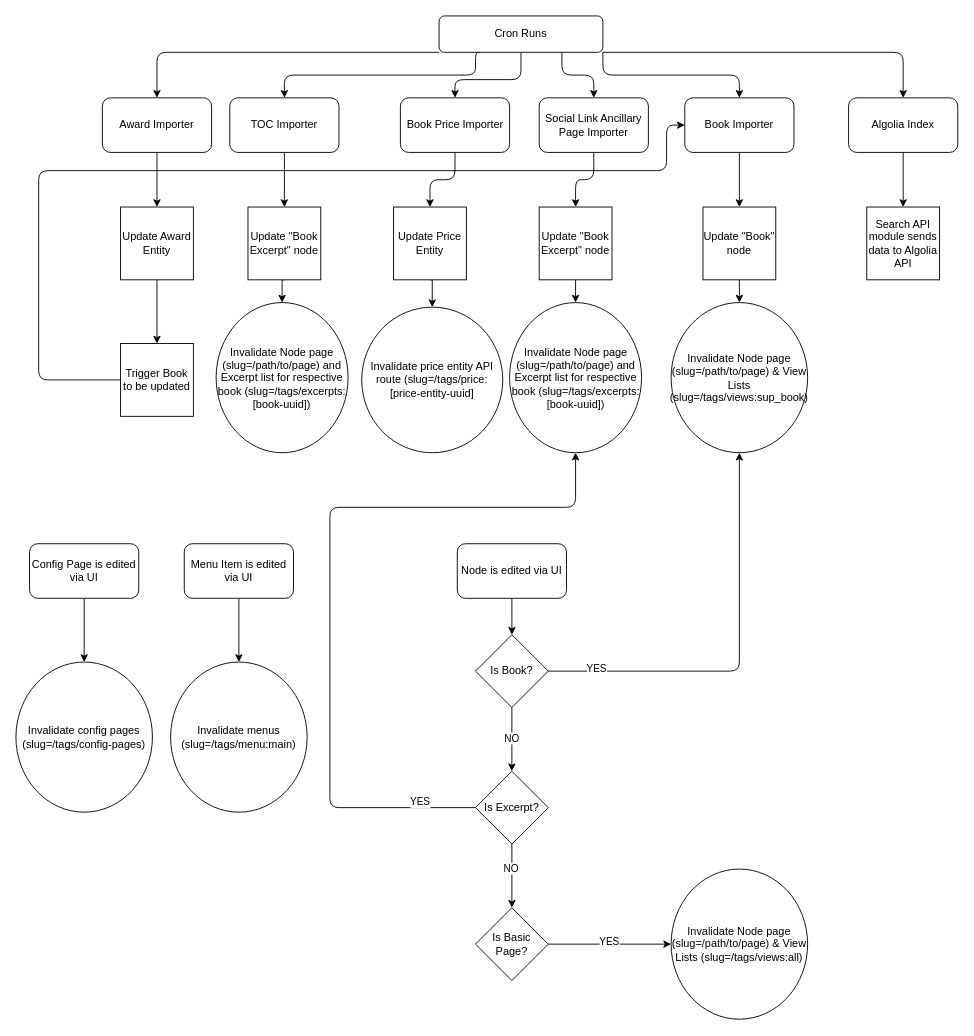
Earlier version of the draw.io diagram docs/architecture-flow.drawio (SU-SWS/press-nextjs). Source tidied: cells renumbered, new cells numbered last; positions are measured from the earlier drawing's top-left corner, leaving out a move shared by most shapes. Both pictures are drawn from the tidied source at 91%, with x=0, y=0 at pixel (15, 15).
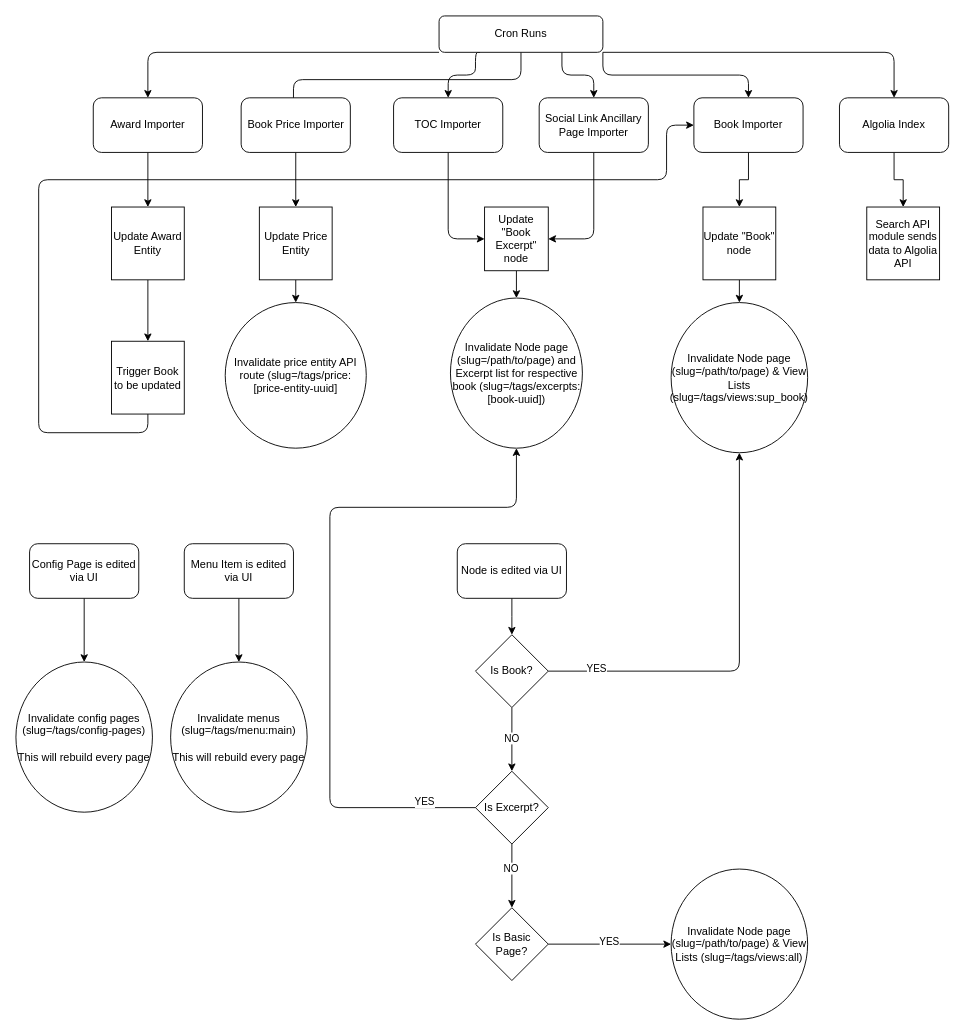
After the change.

Commit message (it also covers changes not shown here):
Simplify workflow flowchart

Unchanged cells that the change refers to:
```xml
<mxCell id="8" value="Cron Runs" style="rounded=1;whiteSpace=wrap;html=1;fontSize=12;glass=0;strokeWidth=1;shadow=0;" parent="1" vertex="1">
  <mxGeometry x="465" width="180" height="40" as="geometry" />
</mxCell>
<mxCell id="10" value="Social Link Ancillary Page Importer" style="rounded=1;whiteSpace=wrap;html=1;" parent="1" vertex="1">
  <mxGeometry x="575" y="90" width="120" height="60" as="geometry" />
</mxCell>
<mxCell id="49" value="Is Excerpt?" style="rhombus;whiteSpace=wrap;html=1;" parent="1" vertex="1">
  <mxGeometry x="505" y="830" width="80" height="80" as="geometry" />
</mxCell>
```

The edit, as a diff of the source:
```diff
@@
     <mxCell id="2" style="edgeStyle=orthogonalEdgeStyle;rounded=1;jettySize=auto;html=1;exitX=0;exitY=1;exitDx=0;exitDy=0;entryX=0.5;entryY=0;entryDx=0;entryDy=0;curved=0;" parent="1" edge="1" source="8" target="20">
       <mxGeometry relative="1" as="geometry">
         <Array as="points">
-          <mxPoint x="155" y="40" />
+          <mxPoint x="145" y="40" />
         </Array>
       </mxGeometry>
     </mxCell>
     <mxCell id="3" style="edgeStyle=orthogonalEdgeStyle;rounded=1;jettySize=auto;html=1;exitX=0.25;exitY=1;exitDx=0;exitDy=0;entryX=0.5;entryY=0;entryDx=0;entryDy=0;curved=0;" parent="1" edge="1" source="8" target="18">
       <mxGeometry relative="1" as="geometry">
         <Array as="points">
           <mxPoint x="505" y="40" />
           <mxPoint x="505" y="65" />
-          <mxPoint x="295" y="65" />
+          <mxPoint x="475" y="65" />
         </Array>
       </mxGeometry>
     </mxCell>
     <mxCell id="4" style="edgeStyle=orthogonalEdgeStyle;rounded=1;jettySize=auto;html=1;exitX=0.5;exitY=1;exitDx=0;exitDy=0;entryX=0.5;entryY=0;entryDx=0;entryDy=0;curved=0;" parent="1" edge="1" source="8" target="16">
       <mxGeometry relative="1" as="geometry">
         <Array as="points">
           <mxPoint x="555" y="70" />
-          <mxPoint x="483" y="70" />
+          <mxPoint x="305" y="70" />
+          <mxPoint x="305" y="120" />
         </Array>
       </mxGeometry>
     </mxCell>
@@
     <mxCell id="7" style="edgeStyle=orthogonalEdgeStyle;rounded=1;jettySize=auto;html=1;exitX=1;exitY=1;exitDx=0;exitDy=0;entryX=0.5;entryY=0;entryDx=0;entryDy=0;curved=0;" parent="1" edge="1" source="8" target="14">
       <mxGeometry relative="1" as="geometry">
         <Array as="points">
-          <mxPoint x="975" y="40" />
+          <mxPoint x="965" y="40" />
         </Array>
       </mxGeometry>
     </mxCell>
@@
-    <mxCell id="9" style="edgeStyle=orthogonalEdgeStyle;rounded=1;jettySize=auto;html=1;exitX=0.5;exitY=1;exitDx=0;exitDy=0;entryX=0.5;entryY=0;entryDx=0;entryDy=0;curved=0;" parent="1" edge="1" source="10" target="28">
+    <mxCell id="9" style="edgeStyle=orthogonalEdgeStyle;rounded=1;jettySize=auto;html=1;exitX=0.5;exitY=1;exitDx=0;exitDy=0;entryX=1;entryY=0.5;entryDx=0;entryDy=0;curved=0;" parent="1" edge="1" source="10" target="28">
       <mxGeometry relative="1" as="geometry" />
     </mxCell>
@@
     <mxCell id="12" value="Book Importer" style="rounded=1;whiteSpace=wrap;html=1;" parent="1" vertex="1">
-      <mxGeometry x="735" y="90" width="120" height="60" as="geometry" />
+      <mxGeometry x="745" y="90" width="120" height="60" as="geometry" />
     </mxCell>
@@
     <mxCell id="14" value="Algolia Index" style="rounded=1;whiteSpace=wrap;html=1;" parent="1" vertex="1">
-      <mxGeometry x="915" y="90" width="120" height="60" as="geometry" />
+      <mxGeometry x="905" y="90" width="120" height="60" as="geometry" />
     </mxCell>
@@
     <mxCell id="16" value="Book Price Importer" style="rounded=1;whiteSpace=wrap;html=1;" parent="1" vertex="1">
-      <mxGeometry x="422.5" y="90" width="120" height="60" as="geometry" />
+      <mxGeometry x="247.5" y="90" width="120" height="60" as="geometry" />
     </mxCell>
-    <mxCell id="17" style="edgeStyle=orthogonalEdgeStyle;rounded=0;jettySize=auto;html=1;exitX=0.5;exitY=1;exitDx=0;exitDy=0;entryX=0.5;entryY=0;entryDx=0;entryDy=0;" parent="1" edge="1" source="18" target="26">
-      <mxGeometry relative="1" as="geometry" />
-    </mxCell>
+    <mxCell id="60" style="edgeStyle=orthogonalEdgeStyle;rounded=1;jettySize=auto;html=1;exitX=0.5;exitY=1;exitDx=0;exitDy=0;entryX=0;entryY=0.5;entryDx=0;entryDy=0;curved=0;" parent="1" edge="1" source="18" target="28">
+      <mxGeometry relative="1" as="geometry" />
+    </mxCell>
     <mxCell id="18" value="TOC Importer" style="rounded=1;whiteSpace=wrap;html=1;" parent="1" vertex="1">
-      <mxGeometry x="235" y="90" width="120" height="60" as="geometry" />
+      <mxGeometry x="415" y="90" width="120" height="60" as="geometry" />
     </mxCell>
@@
     <mxCell id="20" value="Award Importer" style="rounded=1;whiteSpace=wrap;html=1;" parent="1" vertex="1">
-      <mxGeometry x="95" y="90" width="120" height="60" as="geometry" />
+      <mxGeometry x="85" y="90" width="120" height="60" as="geometry" />
     </mxCell>
@@
     <mxCell id="22" value="Update Award Entity" style="whiteSpace=wrap;html=1;" parent="1" vertex="1">
-      <mxGeometry x="115" y="210" width="80" height="80" as="geometry" />
+      <mxGeometry x="105" y="210" width="80" height="80" as="geometry" />
     </mxCell>
-    <mxCell id="23" style="edgeStyle=orthogonalEdgeStyle;rounded=1;jettySize=auto;html=1;exitX=0;exitY=0.5;exitDx=0;exitDy=0;entryX=0;entryY=0.5;entryDx=0;entryDy=0;curved=0;" parent="1" edge="1" source="24" target="12">
+    <mxCell id="23" style="edgeStyle=orthogonalEdgeStyle;rounded=1;jettySize=auto;html=1;exitX=0.5;exitY=1;exitDx=0;exitDy=0;entryX=0;entryY=0.5;entryDx=0;entryDy=0;curved=0;" parent="1" edge="1" source="24" target="12">
       <mxGeometry relative="1" as="geometry">
         <Array as="points">
-          <mxPoint x="25" y="400" />
-          <mxPoint x="25" y="170" />
-          <mxPoint x="715" y="170" />
+          <mxPoint x="145" y="458" />
+          <mxPoint x="25" y="458" />
+          <mxPoint x="25" y="180" />
+          <mxPoint x="715" y="180" />
           <mxPoint x="715" y="120" />
         </Array>
       </mxGeometry>
     </mxCell>
     <mxCell id="24" value="Trigger Book to be updated" style="whiteSpace=wrap;html=1;" parent="1" vertex="1">
-      <mxGeometry x="115" y="360" width="80" height="80" as="geometry" />
+      <mxGeometry x="105" y="357.5" width="80" height="80" as="geometry" />
     </mxCell>
-    <mxCell id="25" style="edgeStyle=orthogonalEdgeStyle;rounded=0;jettySize=auto;html=1;exitX=0.5;exitY=1;exitDx=0;exitDy=0;entryX=0.5;entryY=0;entryDx=0;entryDy=0;" parent="1" edge="1" source="26" target="33">
-      <mxGeometry relative="1" as="geometry" />
-    </mxCell>
-    <mxCell id="26" value="Update &quot;Book Excerpt&quot; node" style="whiteSpace=wrap;html=1;" parent="1" vertex="1">
-      <mxGeometry x="255" y="210" width="80" height="80" as="geometry" />
-    </mxCell>
@@
     <mxCell id="28" value="Update &quot;Book Excerpt&quot; node" style="whiteSpace=wrap;html=1;" parent="1" vertex="1">
-      <mxGeometry x="575" y="210" width="80" height="80" as="geometry" />
+      <mxGeometry x="515" y="210" width="70" height="70" as="geometry" />
     </mxCell>
@@
     <mxCell id="32" value="Update Price Entity" style="whiteSpace=wrap;html=1;" parent="1" vertex="1">
-      <mxGeometry x="415" y="210" width="80" height="80" as="geometry" />
+      <mxGeometry x="267.5" y="210" width="80" height="80" as="geometry" />
     </mxCell>
-    <mxCell id="33" value="Invalidate Node page (slug=/path/to/page) and Excerpt list for respective book (slug=/tags/excerpts:[book-uuid])" style="ellipse;whiteSpace=wrap;html=1;" parent="1" vertex="1">
-      <mxGeometry x="220" y="315" width="145" height="165" as="geometry" />
-    </mxCell>
     <mxCell id="34" value="&lt;div&gt;Invalidate price entity API route (slug=/tags/price:[price-entity-uuid]&lt;br&gt;&lt;/div&gt;" style="ellipse;whiteSpace=wrap;html=1;" parent="1" vertex="1">
-      <mxGeometry x="380" y="320" width="155" height="160" as="geometry" />
+      <mxGeometry x="230" y="315" width="155" height="160" as="geometry" />
     </mxCell>
@@
     <mxCell id="36" value="Invalidate Node page (slug=/path/to/page) and Excerpt list for respective book (slug=/tags/excerpts:[book-uuid])" style="ellipse;whiteSpace=wrap;html=1;" parent="1" vertex="1">
-      <mxGeometry x="542.5" y="315" width="145" height="165" as="geometry" />
+      <mxGeometry x="477.5" y="310" width="145" height="165" as="geometry" />
     </mxCell>
@@
     <mxCell id="45" style="edgeStyle=orthogonalEdgeStyle;rounded=1;jettySize=auto;html=1;exitX=0;exitY=0.5;exitDx=0;exitDy=0;entryX=0.5;entryY=1;entryDx=0;entryDy=0;curved=0;" parent="1" edge="1" source="49" target="36">
       <mxGeometry relative="1" as="geometry">
         <Array as="points">
           <mxPoint x="345" y="870" />
           <mxPoint x="345" y="540" />
-          <mxPoint x="615" y="540" />
+          <mxPoint x="550" y="540" />
         </Array>
       </mxGeometry>
     </mxCell>
@@
-    <mxCell id="56" value="&lt;div&gt;Invalidate config pages (slug=/tags/config-pages)&lt;/div&gt;" style="ellipse;whiteSpace=wrap;html=1;" parent="1" vertex="1">
+    <mxCell id="56" value="&lt;div&gt;Invalidate config pages (slug=/tags/config-pages)&lt;/div&gt;&lt;div&gt;&lt;br&gt;&lt;/div&gt;&lt;div&gt;This will rebuild every page&lt;br&gt;&lt;/div&gt;" style="ellipse;whiteSpace=wrap;html=1;" parent="1" vertex="1">
       <mxGeometry y="710" width="150" height="165" as="geometry" />
     </mxCell>
@@
-    <mxCell id="59" value="&lt;div&gt;Invalidate menus (slug=/tags/menu:main)&lt;/div&gt;" style="ellipse;whiteSpace=wrap;html=1;" parent="1" vertex="1">
+    <mxCell id="59" value="&lt;div&gt;Invalidate menus (slug=/tags/menu:main)&lt;/div&gt;&lt;div&gt;&lt;br&gt;&lt;/div&gt;&lt;div&gt;This will rebuild every page&lt;br&gt;&lt;/div&gt;" style="ellipse;whiteSpace=wrap;html=1;" parent="1" vertex="1">
       <mxGeometry x="170" y="710" width="150" height="165" as="geometry" />
     </mxCell>
```
